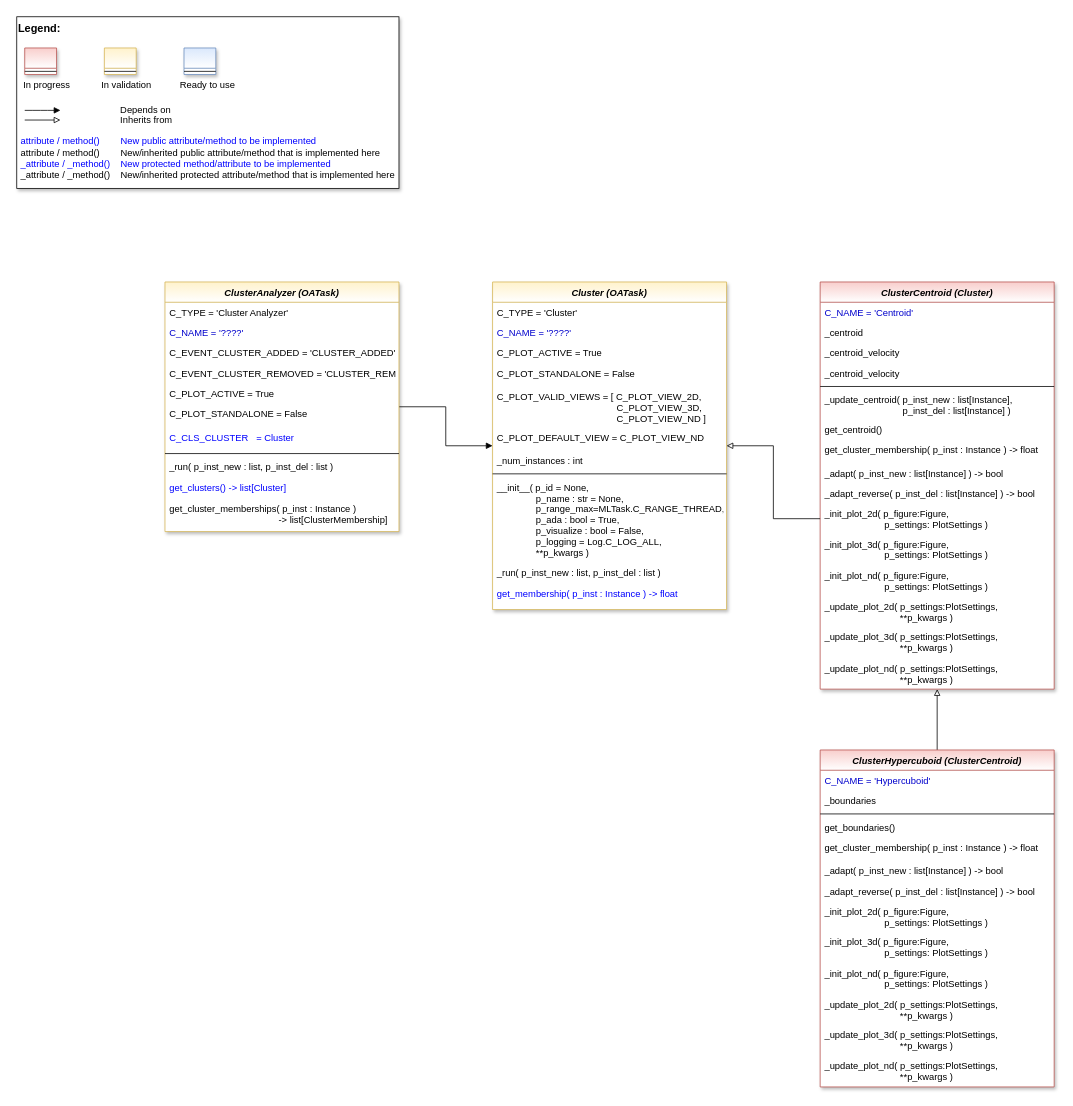
The draw.io diagram doc/rtd/content/04_appendices/appendix2/sub/core/mlpro_oa/streams/tasks/images/MLPro-OA-Cluster_Analyzers_class_diagram.drawio in fhswf/MLPro, before the edit. Source tidied: cells renumbered, new cells numbered last; positions are measured from the earlier drawing's top-left corner, leaving out a move shared by most shapes. Both pictures are drawn from the tidied source at 78%, with x=0, y=0 at pixel (16, 16).
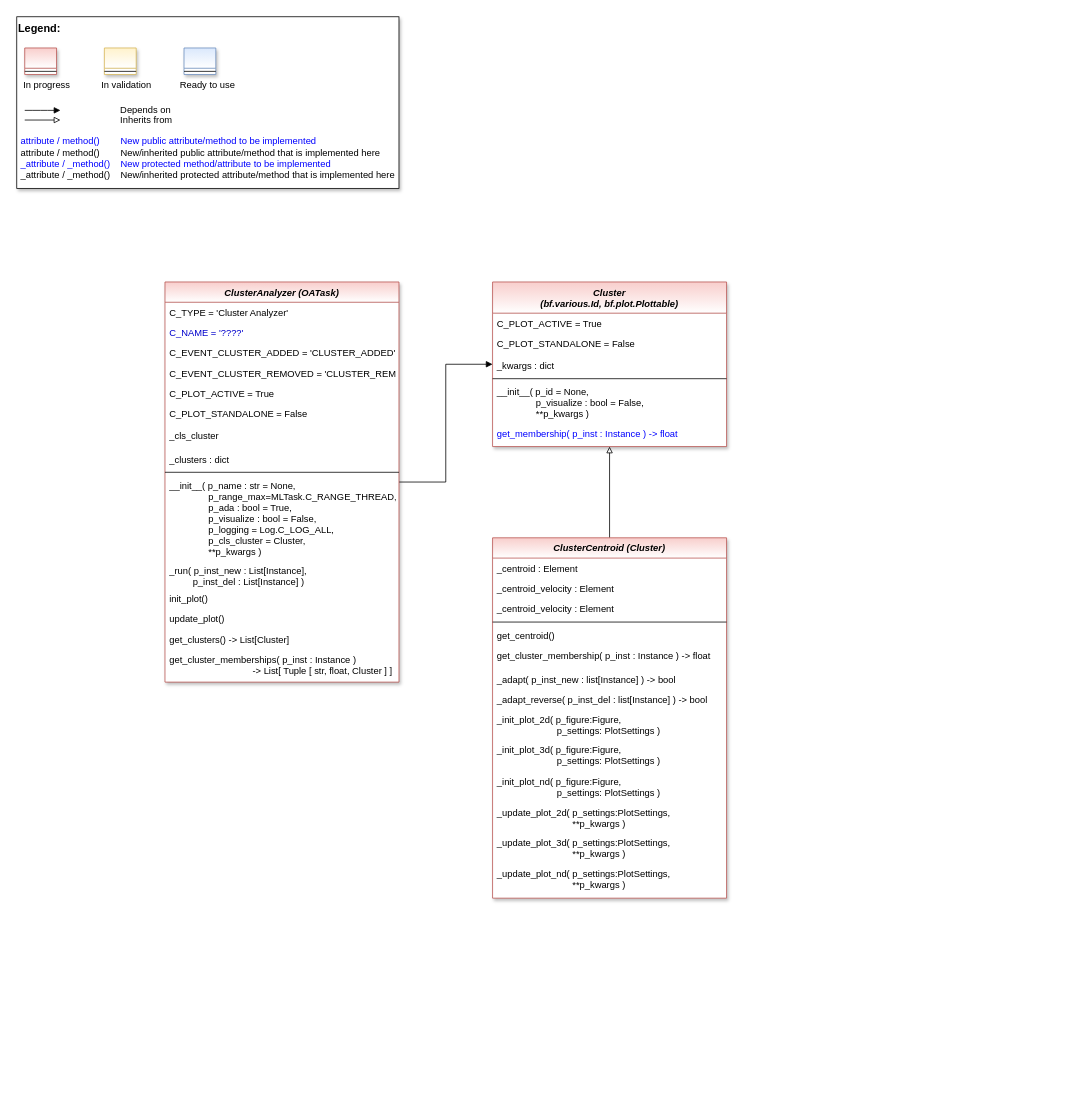
Above is the later version.

Commit message (it also covers changes not shown here):
OA-Streams: Implementation of core classes #474

Diff of the diagram source:
```diff
@@
-    <mxCell id="13" value="ClusterAnalyzer (OATask)" style="swimlane;fontStyle=3;align=center;verticalAlign=top;horizontal=1;startSize=26;rounded=0;shadow=1;strokeWidth=1;fillColor=#fff2cc;strokeColor=#d6b656;swimlaneFillColor=#ffffff;gradientColor=#FFFFFF;" parent="1" vertex="1">
-      <mxGeometry x="190" y="340" width="300" height="320" as="geometry" />
+    <mxCell id="13" value="ClusterAnalyzer (OATask)" style="swimlane;fontStyle=3;align=center;verticalAlign=top;horizontal=1;startSize=26;rounded=0;shadow=1;strokeWidth=1;fillColor=#f8cecc;strokeColor=#b85450;swimlaneFillColor=#ffffff;gradientColor=#FFFFFF;" parent="1" vertex="1">
+      <mxGeometry x="190" y="340" width="300" height="513" as="geometry" />
     </mxCell>
@@
     <mxCell id="19" value="C_PLOT_STANDALONE = False" style="text;align=left;verticalAlign=top;spacingLeft=4;spacingRight=4;overflow=hidden;fontColor=default;" parent="13" vertex="1">
-      <mxGeometry y="156" width="300" height="30" as="geometry" />
+      <mxGeometry y="156" width="300" height="28" as="geometry" />
     </mxCell>
-    <mxCell id="20" value="C_CLS_CLUSTER   = Cluster" style="text;align=left;verticalAlign=top;spacingLeft=4;spacingRight=4;overflow=hidden;fontColor=#0000FF;" parent="13" vertex="1">
-      <mxGeometry y="186" width="300" height="30" as="geometry" />
+    <mxCell id="20" value="_cls_cluster" style="text;align=left;verticalAlign=top;spacingLeft=4;spacingRight=4;overflow=hidden;fontColor=default;" parent="13" vertex="1">
+      <mxGeometry y="184" width="300" height="30" as="geometry" />
     </mxCell>
+    <mxCell id="70" value="_clusters : dict" style="text;align=left;verticalAlign=top;spacingLeft=4;spacingRight=4;overflow=hidden;fontColor=default;" parent="13" vertex="1">
+      <mxGeometry y="214" width="300" height="26" as="geometry" />
+    </mxCell>
     <mxCell id="21" style="line;html=1;strokeWidth=1;align=left;verticalAlign=middle;spacingTop=-1;spacingLeft=3;spacingRight=3;labelPosition=right;" parent="13" vertex="1">
-      <mxGeometry y="216" width="300" height="8" as="geometry" />
+      <mxGeometry y="240" width="300" height="8" as="geometry" />
     </mxCell>
+    <mxCell id="71" value="__init__( p_name : str = None,&#10;               p_range_max=MLTask.C_RANGE_THREAD,&#10;               p_ada : bool = True,&#10;               p_visualize : bool = False,&#10;               p_logging = Log.C_LOG_ALL,&#10;               p_cls_cluster = Cluster,&#10;               **p_kwargs )" style="text;align=left;verticalAlign=top;spacingLeft=4;spacingRight=4;overflow=hidden;fontColor=default;" parent="13" vertex="1">
+      <mxGeometry y="248" width="300" height="109" as="geometry" />
+    </mxCell>
-    <mxCell id="22" value="_run( p_inst_new : list, p_inst_del : list )" style="text;align=left;verticalAlign=top;spacingLeft=4;spacingRight=4;overflow=hidden;fontColor=default;" parent="13" vertex="1">
-      <mxGeometry y="224" width="300" height="27" as="geometry" />
+    <mxCell id="22" value="_run( p_inst_new : List[Instance], &#10;         p_inst_del : List[Instance] )" style="text;align=left;verticalAlign=top;spacingLeft=4;spacingRight=4;overflow=hidden;fontColor=default;" parent="13" vertex="1">
+      <mxGeometry y="357" width="300" height="36" as="geometry" />
     </mxCell>
+    <mxCell id="72" value="init_plot()" style="text;align=left;verticalAlign=top;spacingLeft=4;spacingRight=4;overflow=hidden;fontColor=default;" parent="13" vertex="1">
+      <mxGeometry y="393" width="300" height="26" as="geometry" />
+    </mxCell>
+    <mxCell id="73" value="update_plot()" style="text;align=left;verticalAlign=top;spacingLeft=4;spacingRight=4;overflow=hidden;fontColor=default;" parent="13" vertex="1">
+      <mxGeometry y="419" width="300" height="26" as="geometry" />
+    </mxCell>
-    <mxCell id="23" value="get_clusters() -&gt; list[Cluster]" style="text;align=left;verticalAlign=top;spacingLeft=4;spacingRight=4;overflow=hidden;fontColor=#0000FF;" parent="13" vertex="1">
-      <mxGeometry y="251" width="300" height="26" as="geometry" />
+    <mxCell id="23" value="get_clusters() -&gt; List[Cluster]" style="text;align=left;verticalAlign=top;spacingLeft=4;spacingRight=4;overflow=hidden;fontColor=default;" parent="13" vertex="1">
+      <mxGeometry y="445" width="300" height="26" as="geometry" />
     </mxCell>
-    <mxCell id="24" value="get_cluster_memberships( p_inst : Instance ) &#10;                                          -&gt; list[ClusterMembership]" style="text;align=left;verticalAlign=top;spacingLeft=4;spacingRight=4;overflow=hidden;fontColor=default;" parent="13" vertex="1">
-      <mxGeometry y="277" width="300" height="39" as="geometry" />
+    <mxCell id="24" value="get_cluster_memberships( p_inst : Instance ) &#10;                                -&gt; List[ Tuple [ str, float, Cluster ] ]" style="text;align=left;verticalAlign=top;spacingLeft=4;spacingRight=4;overflow=hidden;fontColor=default;" parent="13" vertex="1">
+      <mxGeometry y="471" width="300" height="39" as="geometry" />
     </mxCell>
-    <mxCell id="25" value="Cluster (OATask)" style="swimlane;fontStyle=3;align=center;verticalAlign=top;horizontal=1;startSize=26;rounded=0;shadow=1;strokeWidth=1;fillColor=#fff2cc;strokeColor=#d6b656;swimlaneFillColor=#ffffff;gradientColor=#FFFFFF;" parent="1" vertex="1">
-      <mxGeometry x="610" y="340" width="300" height="420" as="geometry" />
+    <mxCell id="25" value="Cluster &#10;(bf.various.Id, bf.plot.Plottable)" style="swimlane;fontStyle=3;align=center;verticalAlign=top;horizontal=1;startSize=40;rounded=0;shadow=1;strokeWidth=1;fillColor=#f8cecc;strokeColor=#b85450;swimlaneFillColor=#ffffff;gradientColor=#FFFFFF;" parent="1" vertex="1">
+      <mxGeometry x="610" y="340" width="300" height="211" as="geometry" />
     </mxCell>
-    <mxCell id="26" value="C_TYPE = 'Cluster'" style="text;align=left;verticalAlign=top;spacingLeft=4;spacingRight=4;overflow=hidden;fontColor=default;" parent="25" vertex="1">
-      <mxGeometry y="26" width="300" height="26" as="geometry" />
-    </mxCell>
-    <mxCell id="27" value="C_NAME = '????'" style="text;align=left;verticalAlign=top;spacingLeft=4;spacingRight=4;overflow=hidden;fontColor=#0000CC;" parent="25" vertex="1">
-      <mxGeometry y="52" width="300" height="26" as="geometry" />
-    </mxCell>
     <mxCell id="28" value="C_PLOT_ACTIVE = True" style="text;align=left;verticalAlign=top;spacingLeft=4;spacingRight=4;overflow=hidden;fontColor=default;" parent="25" vertex="1">
-      <mxGeometry y="78" width="300" height="26" as="geometry" />
+      <mxGeometry y="40" width="300" height="26" as="geometry" />
     </mxCell>
     <mxCell id="29" value="C_PLOT_STANDALONE = False" style="text;align=left;verticalAlign=top;spacingLeft=4;spacingRight=4;overflow=hidden;fontColor=default;" parent="25" vertex="1">
-      <mxGeometry y="104" width="300" height="30" as="geometry" />
+      <mxGeometry y="66" width="300" height="28" as="geometry" />
     </mxCell>
-    <mxCell id="30" value="C_PLOT_VALID_VIEWS = [ C_PLOT_VIEW_2D,&#10;                                              C_PLOT_VIEW_3D,&#10;                                              C_PLOT_VIEW_ND ]" style="text;align=left;verticalAlign=top;spacingLeft=4;spacingRight=4;overflow=hidden;fontColor=default;" parent="25" vertex="1">
-      <mxGeometry y="134" width="300" height="52" as="geometry" />
-    </mxCell>
-    <mxCell id="31" value="C_PLOT_DEFAULT_VIEW = C_PLOT_VIEW_ND" style="text;align=left;verticalAlign=top;spacingLeft=4;spacingRight=4;overflow=hidden;fontColor=default;" parent="25" vertex="1">
-      <mxGeometry y="186" width="300" height="30" as="geometry" />
-    </mxCell>
-    <mxCell id="32" value="_num_instances : int" style="text;align=left;verticalAlign=top;spacingLeft=4;spacingRight=4;overflow=hidden;" parent="25" vertex="1">
-      <mxGeometry y="216" width="300" height="26" as="geometry" />
-    </mxCell>
+    <mxCell id="74" value="_kwargs : dict" style="text;align=left;verticalAlign=top;spacingLeft=4;spacingRight=4;overflow=hidden;fontColor=default;" parent="25" vertex="1">
+      <mxGeometry y="94" width="300" height="26" as="geometry" />
+    </mxCell>
     <mxCell id="33" style="line;html=1;strokeWidth=1;align=left;verticalAlign=middle;spacingTop=-1;spacingLeft=3;spacingRight=3;labelPosition=right;" parent="25" vertex="1">
-      <mxGeometry y="242" width="300" height="8" as="geometry" />
+      <mxGeometry y="120" width="300" height="8" as="geometry" />
     </mxCell>
-    <mxCell id="34" value="__init__( p_id = None,&#10;               p_name : str = None,&#10;               p_range_max=MLTask.C_RANGE_THREAD,&#10;               p_ada : bool = True,&#10;               p_visualize : bool = False,&#10;               p_logging = Log.C_LOG_ALL,&#10;               **p_kwargs )" style="text;align=left;verticalAlign=top;spacingLeft=4;spacingRight=4;overflow=hidden;fontColor=default;" parent="25" vertex="1">
-      <mxGeometry y="250" width="300" height="110" as="geometry" />
+    <mxCell id="34" value="__init__( p_id = None, &#10;               p_visualize : bool = False,&#10;               **p_kwargs )" style="text;align=left;verticalAlign=top;spacingLeft=4;spacingRight=4;overflow=hidden;fontColor=default;" parent="25" vertex="1">
+      <mxGeometry y="128" width="300" height="53" as="geometry" />
     </mxCell>
-    <mxCell id="35" value="_run( p_inst_new : list, p_inst_del : list )" style="text;align=left;verticalAlign=top;spacingLeft=4;spacingRight=4;overflow=hidden;fontColor=default;" parent="25" vertex="1">
-      <mxGeometry y="360" width="300" height="27" as="geometry" />
-    </mxCell>
     <mxCell id="36" value="get_membership( p_inst : Instance ) -&gt; float" style="text;align=left;verticalAlign=top;spacingLeft=4;spacingRight=4;overflow=hidden;fontColor=#0000FF;" parent="25" vertex="1">
-      <mxGeometry y="387" width="300" height="30" as="geometry" />
+      <mxGeometry y="181" width="300" height="30" as="geometry" />
     </mxCell>
+    <mxCell id="75" style="edgeStyle=orthogonalEdgeStyle;rounded=0;jettySize=auto;html=1;fontColor=default;endArrow=block;endFill=0;" parent="1" edge="1" source="37" target="25">
+      <mxGeometry relative="1" as="geometry" />
+    </mxCell>
     <mxCell id="37" value="ClusterCentroid (Cluster)" style="swimlane;fontStyle=3;align=center;verticalAlign=top;horizontal=1;startSize=26;rounded=0;shadow=1;strokeWidth=1;fillColor=#f8cecc;strokeColor=#b85450;swimlaneFillColor=#ffffff;gradientColor=#ffffff;" parent="1" vertex="1">
-      <mxGeometry x="1030" y="340" width="300" height="522" as="geometry" />
+      <mxGeometry x="610" y="668" width="300" height="462" as="geometry" />
     </mxCell>
-    <mxCell id="38" value="C_NAME = 'Centroid'" style="text;align=left;verticalAlign=top;spacingLeft=4;spacingRight=4;overflow=hidden;fontColor=#0000CC;" parent="37" vertex="1">
-      <mxGeometry y="26" width="300" height="26" as="geometry" />
-    </mxCell>
-    <mxCell id="39" value="_centroid" style="text;align=left;verticalAlign=top;spacingLeft=4;spacingRight=4;overflow=hidden;" parent="37" vertex="1">
-      <mxGeometry y="52" width="300" height="26" as="geometry" />
+    <mxCell id="39" value="_centroid : Element" style="text;align=left;verticalAlign=top;spacingLeft=4;spacingRight=4;overflow=hidden;" parent="37" vertex="1">
+      <mxGeometry y="26" width="300" height="26" as="geometry" />
     </mxCell>
-    <mxCell id="40" value="_centroid_velocity" style="text;align=left;verticalAlign=top;spacingLeft=4;spacingRight=4;overflow=hidden;" parent="37" vertex="1">
-      <mxGeometry y="78" width="300" height="26" as="geometry" />
+    <mxCell id="40" value="_centroid_velocity : Element" style="text;align=left;verticalAlign=top;spacingLeft=4;spacingRight=4;overflow=hidden;" parent="37" vertex="1">
+      <mxGeometry y="52" width="300" height="26" as="geometry" />
     </mxCell>
-    <mxCell id="41" value="_centroid_velocity" style="text;align=left;verticalAlign=top;spacingLeft=4;spacingRight=4;overflow=hidden;" parent="37" vertex="1">
-      <mxGeometry y="104" width="300" height="26" as="geometry" />
+    <mxCell id="41" value="_centroid_velocity : Element" style="text;align=left;verticalAlign=top;spacingLeft=4;spacingRight=4;overflow=hidden;" parent="37" vertex="1">
+      <mxGeometry y="78" width="300" height="26" as="geometry" />
     </mxCell>
     <mxCell id="42" style="line;html=1;strokeWidth=1;align=left;verticalAlign=middle;spacingTop=-1;spacingLeft=3;spacingRight=3;labelPosition=right;" parent="37" vertex="1">
-      <mxGeometry y="130" width="300" height="8" as="geometry" />
+      <mxGeometry y="104" width="300" height="8" as="geometry" />
     </mxCell>
-    <mxCell id="43" value="_update_centroid( p_inst_new : list[Instance],&#10;                              p_inst_del : list[Instance] )" style="text;align=left;verticalAlign=top;spacingLeft=4;spacingRight=4;overflow=hidden;" parent="37" vertex="1">
-      <mxGeometry y="138" width="300" height="38" as="geometry" />
-    </mxCell>
     <mxCell id="44" value="get_centroid()" style="text;align=left;verticalAlign=top;spacingLeft=4;spacingRight=4;overflow=hidden;" parent="37" vertex="1">
-      <mxGeometry y="176" width="300" height="26" as="geometry" />
+      <mxGeometry y="112" width="300" height="26" as="geometry" />
     </mxCell>
     <mxCell id="45" value="get_cluster_membership( p_inst : Instance ) -&gt; float" style="text;align=left;verticalAlign=top;spacingLeft=4;spacingRight=4;overflow=hidden;fontColor=default;" parent="37" vertex="1">
-      <mxGeometry y="202" width="300" height="30" as="geometry" />
+      <mxGeometry y="138" width="300" height="30" as="geometry" />
     </mxCell>
     <mxCell id="46" value="_adapt( p_inst_new : list[Instance] ) -&gt; bool" style="text;align=left;verticalAlign=top;spacingLeft=4;spacingRight=4;overflow=hidden;fontColor=default;" parent="37" vertex="1">
-      <mxGeometry y="232" width="300" height="26" as="geometry" />
+      <mxGeometry y="168" width="300" height="26" as="geometry" />
     </mxCell>
     <mxCell id="47" value="_adapt_reverse( p_inst_del : list[Instance] ) -&gt; bool" style="text;align=left;verticalAlign=top;spacingLeft=4;spacingRight=4;overflow=hidden;fontColor=default;" parent="37" vertex="1">
-      <mxGeometry y="258" width="300" height="26" as="geometry" />
+      <mxGeometry y="194" width="300" height="26" as="geometry" />
     </mxCell>
     <mxCell id="48" value="_init_plot_2d( p_figure:Figure, &#10;                       p_settings: PlotSettings )" style="text;align=left;verticalAlign=top;spacingLeft=4;spacingRight=4;overflow=hidden;points=[[0,0.5],[1,0.5]];portConstraint=eastwest;fontColor=default;" parent="37" vertex="1">
-      <mxGeometry y="284" width="300" height="39" as="geometry" />
+      <mxGeometry y="220" width="300" height="39" as="geometry" />
     </mxCell>
     <mxCell id="49" value="_init_plot_3d( p_figure:Figure, &#10;                       p_settings: PlotSettings )" style="text;align=left;verticalAlign=top;spacingLeft=4;spacingRight=4;overflow=hidden;fontColor=default;" parent="37" vertex="1">
-      <mxGeometry y="323" width="300" height="40" as="geometry" />
+      <mxGeometry y="259" width="300" height="40" as="geometry" />
     </mxCell>
     <mxCell id="50" value="_init_plot_nd( p_figure:Figure, &#10;                       p_settings: PlotSettings )" style="text;align=left;verticalAlign=top;spacingLeft=4;spacingRight=4;overflow=hidden;fontColor=default;" parent="37" vertex="1">
-      <mxGeometry y="363" width="300" height="40" as="geometry" />
+      <mxGeometry y="299" width="300" height="40" as="geometry" />
     </mxCell>
     <mxCell id="51" value="_update_plot_2d( p_settings:PlotSettings,&#10;                             **p_kwargs )" style="text;align=left;verticalAlign=top;spacingLeft=4;spacingRight=4;overflow=hidden;fontColor=default;" parent="37" vertex="1">
-      <mxGeometry y="403" width="300" height="39" as="geometry" />
+      <mxGeometry y="339" width="300" height="39" as="geometry" />
     </mxCell>
     <mxCell id="52" value="_update_plot_3d( p_settings:PlotSettings,&#10;                             **p_kwargs )" style="text;align=left;verticalAlign=top;spacingLeft=4;spacingRight=4;overflow=hidden;fontColor=default;" parent="37" vertex="1">
-      <mxGeometry y="442" width="300" height="40" as="geometry" />
+      <mxGeometry y="378" width="300" height="40" as="geometry" />
     </mxCell>
     <mxCell id="53" value="_update_plot_nd( p_settings:PlotSettings,&#10;                             **p_kwargs )" style="text;align=left;verticalAlign=top;spacingLeft=4;spacingRight=4;overflow=hidden;fontColor=default;" parent="37" vertex="1">
-      <mxGeometry y="482" width="300" height="40" as="geometry" />
+      <mxGeometry y="418" width="300" height="40" as="geometry" />
     </mxCell>
-    <mxCell id="54" style="edgeStyle=orthogonalEdgeStyle;rounded=0;jettySize=auto;html=1;endArrow=block;endFill=0;" parent="1" edge="1" source="55" target="37">
-      <mxGeometry relative="1" as="geometry" />
-    </mxCell>
-    <mxCell id="55" value="ClusterHypercuboid (ClusterCentroid)" style="swimlane;fontStyle=3;align=center;verticalAlign=top;horizontal=1;startSize=26;rounded=0;shadow=1;strokeWidth=1;fillColor=#f8cecc;strokeColor=#b85450;swimlaneFillColor=#ffffff;gradientColor=#ffffff;" parent="1" vertex="1">
-      <mxGeometry x="1030" y="940" width="300" height="432" as="geometry" />
-    </mxCell>
-    <mxCell id="56" value="C_NAME = 'Hypercuboid'" style="text;align=left;verticalAlign=top;spacingLeft=4;spacingRight=4;overflow=hidden;fontColor=#0000CC;" parent="55" vertex="1">
-      <mxGeometry y="26" width="300" height="26" as="geometry" />
-    </mxCell>
-    <mxCell id="57" value="_boundaries" style="text;align=left;verticalAlign=top;spacingLeft=4;spacingRight=4;overflow=hidden;" parent="55" vertex="1">
-      <mxGeometry y="52" width="300" height="26" as="geometry" />
-    </mxCell>
-    <mxCell id="58" style="line;html=1;strokeWidth=1;align=left;verticalAlign=middle;spacingTop=-1;spacingLeft=3;spacingRight=3;labelPosition=right;" parent="55" vertex="1">
-      <mxGeometry y="78" width="300" height="8" as="geometry" />
-    </mxCell>
-    <mxCell id="59" value="get_boundaries()" style="text;align=left;verticalAlign=top;spacingLeft=4;spacingRight=4;overflow=hidden;" parent="55" vertex="1">
-      <mxGeometry y="86" width="300" height="26" as="geometry" />
-    </mxCell>
-    <mxCell id="60" value="get_cluster_membership( p_inst : Instance ) -&gt; float" style="text;align=left;verticalAlign=top;spacingLeft=4;spacingRight=4;overflow=hidden;fontColor=default;" parent="55" vertex="1">
-      <mxGeometry y="112" width="300" height="30" as="geometry" />
-    </mxCell>
-    <mxCell id="61" value="_adapt( p_inst_new : list[Instance] ) -&gt; bool" style="text;align=left;verticalAlign=top;spacingLeft=4;spacingRight=4;overflow=hidden;fontColor=default;" parent="55" vertex="1">
-      <mxGeometry y="142" width="300" height="26" as="geometry" />
-    </mxCell>
-    <mxCell id="62" value="_adapt_reverse( p_inst_del : list[Instance] ) -&gt; bool" style="text;align=left;verticalAlign=top;spacingLeft=4;spacingRight=4;overflow=hidden;fontColor=default;" parent="55" vertex="1">
-      <mxGeometry y="168" width="300" height="26" as="geometry" />
-    </mxCell>
-    <mxCell id="63" value="_init_plot_2d( p_figure:Figure, &#10;                       p_settings: PlotSettings )" style="text;align=left;verticalAlign=top;spacingLeft=4;spacingRight=4;overflow=hidden;fontColor=default;" parent="55" vertex="1">
-      <mxGeometry y="194" width="300" height="39" as="geometry" />
-    </mxCell>
-    <mxCell id="64" value="_init_plot_3d( p_figure:Figure, &#10;                       p_settings: PlotSettings )" style="text;align=left;verticalAlign=top;spacingLeft=4;spacingRight=4;overflow=hidden;fontColor=default;" parent="55" vertex="1">
-      <mxGeometry y="233" width="300" height="40" as="geometry" />
-    </mxCell>
-    <mxCell id="65" value="_init_plot_nd( p_figure:Figure, &#10;                       p_settings: PlotSettings )" style="text;align=left;verticalAlign=top;spacingLeft=4;spacingRight=4;overflow=hidden;fontColor=default;" parent="55" vertex="1">
-      <mxGeometry y="273" width="300" height="40" as="geometry" />
-    </mxCell>
-    <mxCell id="66" value="_update_plot_2d( p_settings:PlotSettings,&#10;                             **p_kwargs )" style="text;align=left;verticalAlign=top;spacingLeft=4;spacingRight=4;overflow=hidden;fontColor=default;" parent="55" vertex="1">
-      <mxGeometry y="313" width="300" height="39" as="geometry" />
-    </mxCell>
-    <mxCell id="67" value="_update_plot_3d( p_settings:PlotSettings,&#10;                             **p_kwargs )" style="text;align=left;verticalAlign=top;spacingLeft=4;spacingRight=4;overflow=hidden;fontColor=default;" parent="55" vertex="1">
-      <mxGeometry y="352" width="300" height="40" as="geometry" />
-    </mxCell>
-    <mxCell id="68" value="_update_plot_nd( p_settings:PlotSettings,&#10;                             **p_kwargs )" style="text;align=left;verticalAlign=top;spacingLeft=4;spacingRight=4;overflow=hidden;fontColor=default;" parent="55" vertex="1">
-      <mxGeometry y="392" width="300" height="40" as="geometry" />
-    </mxCell>
-    <mxCell id="69" style="edgeStyle=orthogonalEdgeStyle;rounded=0;jettySize=auto;html=1;fontSize=16;fontColor=default;endArrow=block;endFill=0;" parent="1" edge="1" source="48" target="25">
-      <mxGeometry relative="1" as="geometry" />
-    </mxCell>
```
